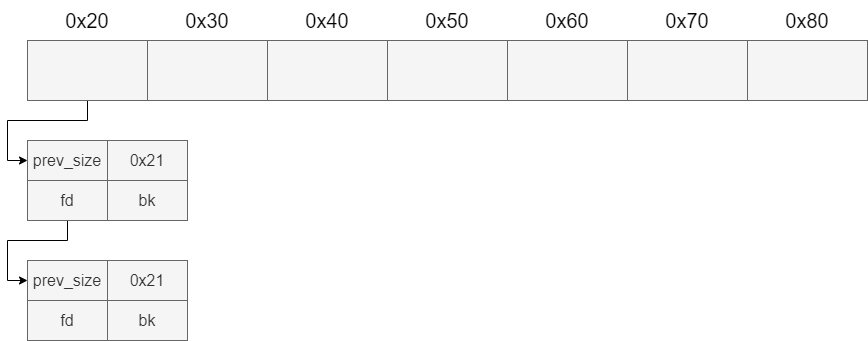
This is CTF_pic/fastbin.png from kokifish/pictures, a draw.io export, as it was before one commit. Source tidied: cells renumbered, new cells last; positions are measured from the earlier drawing's top-left corner, leaving out a move shared by most shapes. Its diagram source:
```xml
<mxGraphModel>
  <root>
    <mxCell id="0" />
    <mxCell id="1" parent="0" />
    <mxCell id="2" style="edgeStyle=orthogonalEdgeStyle;rounded=0;jettySize=auto;html=1;exitX=0.5;exitY=1;exitDx=0;exitDy=0;entryX=0;entryY=0.5;entryDx=0;entryDy=0;fontSize=16;" parent="1" edge="1" source="3" target="5">
      <mxGeometry relative="1" as="geometry" />
    </mxCell>
    <mxCell id="3" style="rounded=0;whiteSpace=wrap;html=1;strokeColor=#666666;fontColor=#333333;fillColor=#f5f5f5;fontSize=16;" parent="1" vertex="1">
      <mxGeometry y="40" width="120" height="60" as="geometry" />
    </mxCell>
    <mxCell id="4" value="&lt;font style=&quot;font-size: 20px&quot;&gt;0x20&lt;/font&gt;" style="text;html=1;strokeColor=none;fillColor=none;align=center;verticalAlign=middle;whiteSpace=wrap;rounded=0;fontSize=16;" parent="1" vertex="1">
      <mxGeometry width="120" height="40" as="geometry" />
    </mxCell>
    <mxCell id="5" value="&lt;font style=&quot;font-size: 16px;&quot;&gt;prev_size&lt;/font&gt;" style="rounded=0;whiteSpace=wrap;html=1;fillColor=#f5f5f5;strokeColor=#666666;fontColor=#333333;fontSize=16;" parent="1" vertex="1">
      <mxGeometry y="140" width="80" height="40" as="geometry" />
    </mxCell>
    <mxCell id="6" value="&lt;font style=&quot;font-size: 16px;&quot;&gt;0x21&lt;/font&gt;" style="rounded=0;whiteSpace=wrap;html=1;fillColor=#f5f5f5;strokeColor=#666666;fontColor=#333333;fontSize=16;" parent="1" vertex="1">
      <mxGeometry x="80" y="140" width="80" height="40" as="geometry" />
    </mxCell>
    <mxCell id="7" style="edgeStyle=orthogonalEdgeStyle;rounded=0;jettySize=auto;html=1;exitX=0.5;exitY=1;exitDx=0;exitDy=0;entryX=0;entryY=0.5;entryDx=0;entryDy=0;fontSize=16;" parent="1" edge="1" source="8" target="10">
      <mxGeometry relative="1" as="geometry" />
    </mxCell>
    <mxCell id="8" value="fd" style="rounded=0;whiteSpace=wrap;html=1;fillColor=#f5f5f5;strokeColor=#666666;fontColor=#333333;fontSize=16;" parent="1" vertex="1">
      <mxGeometry y="180" width="80" height="40" as="geometry" />
    </mxCell>
    <mxCell id="9" value="bk" style="rounded=0;whiteSpace=wrap;html=1;fillColor=#f5f5f5;strokeColor=#666666;fontColor=#333333;fontSize=16;" parent="1" vertex="1">
      <mxGeometry x="80" y="180" width="80" height="40" as="geometry" />
    </mxCell>
    <mxCell id="10" value="&lt;font style=&quot;font-size: 16px;&quot;&gt;prev_size&lt;/font&gt;" style="rounded=0;whiteSpace=wrap;html=1;fillColor=#f5f5f5;strokeColor=#666666;fontColor=#333333;fontSize=16;" parent="1" vertex="1">
      <mxGeometry y="260" width="80" height="40" as="geometry" />
    </mxCell>
    <mxCell id="11" value="&lt;font style=&quot;font-size: 16px;&quot;&gt;0x21&lt;/font&gt;" style="rounded=0;whiteSpace=wrap;html=1;fillColor=#f5f5f5;strokeColor=#666666;fontColor=#333333;fontSize=16;" parent="1" vertex="1">
      <mxGeometry x="80" y="260" width="80" height="40" as="geometry" />
    </mxCell>
    <mxCell id="12" value="fd" style="rounded=0;whiteSpace=wrap;html=1;fillColor=#f5f5f5;strokeColor=#666666;fontColor=#333333;fontSize=16;" parent="1" vertex="1">
      <mxGeometry y="300" width="80" height="40" as="geometry" />
    </mxCell>
    <mxCell id="13" value="bk" style="rounded=0;whiteSpace=wrap;html=1;fillColor=#f5f5f5;strokeColor=#666666;fontColor=#333333;fontSize=16;" parent="1" vertex="1">
      <mxGeometry x="80" y="300" width="80" height="40" as="geometry" />
    </mxCell>
    <mxCell id="14" style="rounded=0;whiteSpace=wrap;html=1;strokeColor=#666666;fontColor=#333333;fillColor=#f5f5f5;fontSize=16;" parent="1" vertex="1">
      <mxGeometry x="120" y="40" width="120" height="60" as="geometry" />
    </mxCell>
    <mxCell id="15" value="&lt;font style=&quot;font-size: 20px&quot;&gt;0x30&lt;/font&gt;" style="text;html=1;strokeColor=none;fillColor=none;align=center;verticalAlign=middle;whiteSpace=wrap;rounded=0;fontSize=16;" parent="1" vertex="1">
      <mxGeometry x="120" width="120" height="40" as="geometry" />
    </mxCell>
    <mxCell id="16" style="rounded=0;whiteSpace=wrap;html=1;strokeColor=#666666;fontColor=#333333;fillColor=#f5f5f5;fontSize=16;" parent="1" vertex="1">
      <mxGeometry x="240" y="40" width="120" height="60" as="geometry" />
    </mxCell>
    <mxCell id="17" value="&lt;font style=&quot;font-size: 20px&quot;&gt;0x40&lt;/font&gt;" style="text;html=1;strokeColor=none;fillColor=none;align=center;verticalAlign=middle;whiteSpace=wrap;rounded=0;fontSize=16;" parent="1" vertex="1">
      <mxGeometry x="240" width="120" height="40" as="geometry" />
    </mxCell>
    <mxCell id="18" style="rounded=0;whiteSpace=wrap;html=1;strokeColor=#666666;fontColor=#333333;fillColor=#f5f5f5;fontSize=16;" parent="1" vertex="1">
      <mxGeometry x="360" y="40" width="120" height="60" as="geometry" />
    </mxCell>
    <mxCell id="19" value="&lt;font style=&quot;font-size: 20px&quot;&gt;0x50&lt;/font&gt;" style="text;html=1;strokeColor=none;fillColor=none;align=center;verticalAlign=middle;whiteSpace=wrap;rounded=0;fontSize=16;" parent="1" vertex="1">
      <mxGeometry x="360" width="120" height="40" as="geometry" />
    </mxCell>
    <mxCell id="20" style="rounded=0;whiteSpace=wrap;html=1;strokeColor=#666666;fontColor=#333333;fillColor=#f5f5f5;fontSize=16;" parent="1" vertex="1">
      <mxGeometry x="480" y="40" width="120" height="60" as="geometry" />
    </mxCell>
    <mxCell id="21" value="&lt;font style=&quot;font-size: 20px&quot;&gt;0x60&lt;/font&gt;" style="text;html=1;strokeColor=none;fillColor=none;align=center;verticalAlign=middle;whiteSpace=wrap;rounded=0;fontSize=16;" parent="1" vertex="1">
      <mxGeometry x="480" width="120" height="40" as="geometry" />
    </mxCell>
    <mxCell id="22" style="rounded=0;whiteSpace=wrap;html=1;strokeColor=#666666;fontColor=#333333;fillColor=#f5f5f5;fontSize=16;" parent="1" vertex="1">
      <mxGeometry x="600" y="40" width="120" height="60" as="geometry" />
    </mxCell>
    <mxCell id="23" value="&lt;font style=&quot;font-size: 20px&quot;&gt;0x70&lt;/font&gt;" style="text;html=1;strokeColor=none;fillColor=none;align=center;verticalAlign=middle;whiteSpace=wrap;rounded=0;fontSize=16;" parent="1" vertex="1">
      <mxGeometry x="600" width="120" height="40" as="geometry" />
    </mxCell>
    <mxCell id="24" style="rounded=0;whiteSpace=wrap;html=1;strokeColor=#666666;fontColor=#333333;fillColor=#f5f5f5;fontSize=16;" parent="1" vertex="1">
      <mxGeometry x="720" y="40" width="120" height="60" as="geometry" />
    </mxCell>
    <mxCell id="25" value="&lt;font style=&quot;font-size: 20px&quot;&gt;0x80&lt;/font&gt;" style="text;html=1;strokeColor=none;fillColor=none;align=center;verticalAlign=middle;whiteSpace=wrap;rounded=0;fontSize=16;" parent="1" vertex="1">
      <mxGeometry x="720" width="120" height="40" as="geometry" />
    </mxCell>
  </root>
</mxGraphModel>
```
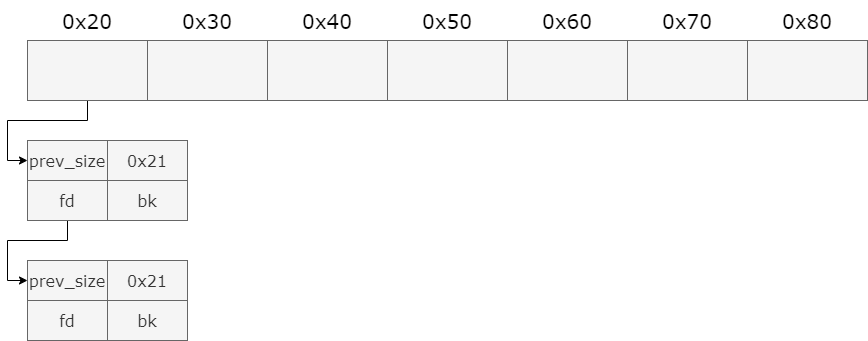
Above is the later version.

What changed in the source:
```diff
@@ -2,76 +2,76 @@
   <root>
     <mxCell id="0" />
     <mxCell id="1" parent="0" />
-    <mxCell id="2" style="edgeStyle=orthogonalEdgeStyle;rounded=0;jettySize=auto;html=1;exitX=0.5;exitY=1;exitDx=0;exitDy=0;entryX=0;entryY=0.5;entryDx=0;entryDy=0;fontSize=16;" parent="1" edge="1" source="3" target="5">
+    <mxCell id="2" style="edgeStyle=orthogonalEdgeStyle;rounded=0;jettySize=auto;html=1;exitX=0.5;exitY=1;exitDx=0;exitDy=0;entryX=0;entryY=0.5;entryDx=0;entryDy=0;fontSize=16;fontFamily=Verdana;fontStyle=0;horizontal=1;" parent="1" edge="1" source="3" target="5">
       <mxGeometry relative="1" as="geometry" />
     </mxCell>
-    <mxCell id="3" style="rounded=0;whiteSpace=wrap;html=1;strokeColor=#666666;fontColor=#333333;fillColor=#f5f5f5;fontSize=16;" parent="1" vertex="1">
+    <mxCell id="3" style="rounded=0;whiteSpace=wrap;html=1;strokeColor=#666666;fontColor=#333333;fillColor=#f5f5f5;fontSize=16;fontFamily=Verdana;fontStyle=0;horizontal=1;" parent="1" vertex="1">
       <mxGeometry y="40" width="120" height="60" as="geometry" />
     </mxCell>
-    <mxCell id="4" value="&lt;font style=&quot;font-size: 20px&quot;&gt;0x20&lt;/font&gt;" style="text;html=1;strokeColor=none;fillColor=none;align=center;verticalAlign=middle;whiteSpace=wrap;rounded=0;fontSize=16;" parent="1" vertex="1">
+    <mxCell id="4" value="&lt;font style=&quot;font-size: 20px&quot;&gt;0x20&lt;/font&gt;" style="text;html=1;strokeColor=none;fillColor=none;align=center;verticalAlign=middle;whiteSpace=wrap;rounded=0;fontSize=16;fontFamily=Verdana;fontStyle=0;horizontal=1;" parent="1" vertex="1">
       <mxGeometry width="120" height="40" as="geometry" />
     </mxCell>
-    <mxCell id="5" value="&lt;font style=&quot;font-size: 16px;&quot;&gt;prev_size&lt;/font&gt;" style="rounded=0;whiteSpace=wrap;html=1;fillColor=#f5f5f5;strokeColor=#666666;fontColor=#333333;fontSize=16;" parent="1" vertex="1">
+    <mxCell id="5" value="&lt;font style=&quot;font-size: 16px;&quot;&gt;prev_size&lt;/font&gt;" style="rounded=0;whiteSpace=wrap;html=1;fillColor=#f5f5f5;strokeColor=#666666;fontColor=#333333;fontSize=16;fontFamily=Verdana;fontStyle=0;horizontal=1;" parent="1" vertex="1">
       <mxGeometry y="140" width="80" height="40" as="geometry" />
     </mxCell>
-    <mxCell id="6" value="&lt;font style=&quot;font-size: 16px;&quot;&gt;0x21&lt;/font&gt;" style="rounded=0;whiteSpace=wrap;html=1;fillColor=#f5f5f5;strokeColor=#666666;fontColor=#333333;fontSize=16;" parent="1" vertex="1">
+    <mxCell id="6" value="&lt;font style=&quot;font-size: 16px;&quot;&gt;0x21&lt;/font&gt;" style="rounded=0;whiteSpace=wrap;html=1;fillColor=#f5f5f5;strokeColor=#666666;fontColor=#333333;fontSize=16;fontFamily=Verdana;fontStyle=0;horizontal=1;" parent="1" vertex="1">
       <mxGeometry x="80" y="140" width="80" height="40" as="geometry" />
     </mxCell>
-    <mxCell id="7" style="edgeStyle=orthogonalEdgeStyle;rounded=0;jettySize=auto;html=1;exitX=0.5;exitY=1;exitDx=0;exitDy=0;entryX=0;entryY=0.5;entryDx=0;entryDy=0;fontSize=16;" parent="1" edge="1" source="8" target="10">
+    <mxCell id="7" style="edgeStyle=orthogonalEdgeStyle;rounded=0;jettySize=auto;html=1;exitX=0.5;exitY=1;exitDx=0;exitDy=0;entryX=0;entryY=0.5;entryDx=0;entryDy=0;fontSize=16;fontFamily=Verdana;fontStyle=0;horizontal=1;" parent="1" edge="1" source="8" target="10">
       <mxGeometry relative="1" as="geometry" />
     </mxCell>
-    <mxCell id="8" value="fd" style="rounded=0;whiteSpace=wrap;html=1;fillColor=#f5f5f5;strokeColor=#666666;fontColor=#333333;fontSize=16;" parent="1" vertex="1">
+    <mxCell id="8" value="fd" style="rounded=0;whiteSpace=wrap;html=1;fillColor=#f5f5f5;strokeColor=#666666;fontColor=#333333;fontSize=16;fontFamily=Verdana;fontStyle=0;horizontal=1;" parent="1" vertex="1">
       <mxGeometry y="180" width="80" height="40" as="geometry" />
     </mxCell>
-    <mxCell id="9" value="bk" style="rounded=0;whiteSpace=wrap;html=1;fillColor=#f5f5f5;strokeColor=#666666;fontColor=#333333;fontSize=16;" parent="1" vertex="1">
+    <mxCell id="9" value="bk" style="rounded=0;whiteSpace=wrap;html=1;fillColor=#f5f5f5;strokeColor=#666666;fontColor=#333333;fontSize=16;fontFamily=Verdana;fontStyle=0;horizontal=1;" parent="1" vertex="1">
       <mxGeometry x="80" y="180" width="80" height="40" as="geometry" />
     </mxCell>
-    <mxCell id="10" value="&lt;font style=&quot;font-size: 16px;&quot;&gt;prev_size&lt;/font&gt;" style="rounded=0;whiteSpace=wrap;html=1;fillColor=#f5f5f5;strokeColor=#666666;fontColor=#333333;fontSize=16;" parent="1" vertex="1">
+    <mxCell id="10" value="&lt;font style=&quot;font-size: 16px;&quot;&gt;prev_size&lt;/font&gt;" style="rounded=0;whiteSpace=wrap;html=1;fillColor=#f5f5f5;strokeColor=#666666;fontColor=#333333;fontSize=16;fontFamily=Verdana;fontStyle=0;horizontal=1;" parent="1" vertex="1">
       <mxGeometry y="260" width="80" height="40" as="geometry" />
     </mxCell>
-    <mxCell id="11" value="&lt;font style=&quot;font-size: 16px;&quot;&gt;0x21&lt;/font&gt;" style="rounded=0;whiteSpace=wrap;html=1;fillColor=#f5f5f5;strokeColor=#666666;fontColor=#333333;fontSize=16;" parent="1" vertex="1">
+    <mxCell id="11" value="&lt;font style=&quot;font-size: 16px;&quot;&gt;0x21&lt;/font&gt;" style="rounded=0;whiteSpace=wrap;html=1;fillColor=#f5f5f5;strokeColor=#666666;fontColor=#333333;fontSize=16;fontFamily=Verdana;fontStyle=0;horizontal=1;" parent="1" vertex="1">
       <mxGeometry x="80" y="260" width="80" height="40" as="geometry" />
     </mxCell>
-    <mxCell id="12" value="fd" style="rounded=0;whiteSpace=wrap;html=1;fillColor=#f5f5f5;strokeColor=#666666;fontColor=#333333;fontSize=16;" parent="1" vertex="1">
+    <mxCell id="12" value="fd" style="rounded=0;whiteSpace=wrap;html=1;fillColor=#f5f5f5;strokeColor=#666666;fontColor=#333333;fontSize=16;fontFamily=Verdana;fontStyle=0;horizontal=1;" parent="1" vertex="1">
       <mxGeometry y="300" width="80" height="40" as="geometry" />
     </mxCell>
-    <mxCell id="13" value="bk" style="rounded=0;whiteSpace=wrap;html=1;fillColor=#f5f5f5;strokeColor=#666666;fontColor=#333333;fontSize=16;" parent="1" vertex="1">
+    <mxCell id="13" value="bk" style="rounded=0;whiteSpace=wrap;html=1;fillColor=#f5f5f5;strokeColor=#666666;fontColor=#333333;fontSize=16;fontFamily=Verdana;fontStyle=0;horizontal=1;" parent="1" vertex="1">
       <mxGeometry x="80" y="300" width="80" height="40" as="geometry" />
     </mxCell>
-    <mxCell id="14" style="rounded=0;whiteSpace=wrap;html=1;strokeColor=#666666;fontColor=#333333;fillColor=#f5f5f5;fontSize=16;" parent="1" vertex="1">
+    <mxCell id="14" style="rounded=0;whiteSpace=wrap;html=1;strokeColor=#666666;fontColor=#333333;fillColor=#f5f5f5;fontSize=16;fontFamily=Verdana;fontStyle=0;horizontal=1;" parent="1" vertex="1">
       <mxGeometry x="120" y="40" width="120" height="60" as="geometry" />
     </mxCell>
-    <mxCell id="15" value="&lt;font style=&quot;font-size: 20px&quot;&gt;0x30&lt;/font&gt;" style="text;html=1;strokeColor=none;fillColor=none;align=center;verticalAlign=middle;whiteSpace=wrap;rounded=0;fontSize=16;" parent="1" vertex="1">
+    <mxCell id="15" value="&lt;font style=&quot;font-size: 20px&quot;&gt;0x30&lt;/font&gt;" style="text;html=1;strokeColor=none;fillColor=none;align=center;verticalAlign=middle;whiteSpace=wrap;rounded=0;fontSize=16;fontFamily=Verdana;fontStyle=0;horizontal=1;" parent="1" vertex="1">
       <mxGeometry x="120" width="120" height="40" as="geometry" />
     </mxCell>
-    <mxCell id="16" style="rounded=0;whiteSpace=wrap;html=1;strokeColor=#666666;fontColor=#333333;fillColor=#f5f5f5;fontSize=16;" parent="1" vertex="1">
+    <mxCell id="16" style="rounded=0;whiteSpace=wrap;html=1;strokeColor=#666666;fontColor=#333333;fillColor=#f5f5f5;fontSize=16;fontFamily=Verdana;fontStyle=0;horizontal=1;" parent="1" vertex="1">
       <mxGeometry x="240" y="40" width="120" height="60" as="geometry" />
     </mxCell>
-    <mxCell id="17" value="&lt;font style=&quot;font-size: 20px&quot;&gt;0x40&lt;/font&gt;" style="text;html=1;strokeColor=none;fillColor=none;align=center;verticalAlign=middle;whiteSpace=wrap;rounded=0;fontSize=16;" parent="1" vertex="1">
+    <mxCell id="17" value="&lt;font style=&quot;font-size: 20px&quot;&gt;0x40&lt;/font&gt;" style="text;html=1;strokeColor=none;fillColor=none;align=center;verticalAlign=middle;whiteSpace=wrap;rounded=0;fontSize=16;fontFamily=Verdana;fontStyle=0;horizontal=1;" parent="1" vertex="1">
       <mxGeometry x="240" width="120" height="40" as="geometry" />
     </mxCell>
-    <mxCell id="18" style="rounded=0;whiteSpace=wrap;html=1;strokeColor=#666666;fontColor=#333333;fillColor=#f5f5f5;fontSize=16;" parent="1" vertex="1">
+    <mxCell id="18" style="rounded=0;whiteSpace=wrap;html=1;strokeColor=#666666;fontColor=#333333;fillColor=#f5f5f5;fontSize=16;fontFamily=Verdana;fontStyle=0;horizontal=1;" parent="1" vertex="1">
       <mxGeometry x="360" y="40" width="120" height="60" as="geometry" />
     </mxCell>
-    <mxCell id="19" value="&lt;font style=&quot;font-size: 20px&quot;&gt;0x50&lt;/font&gt;" style="text;html=1;strokeColor=none;fillColor=none;align=center;verticalAlign=middle;whiteSpace=wrap;rounded=0;fontSize=16;" parent="1" vertex="1">
+    <mxCell id="19" value="&lt;font style=&quot;font-size: 20px&quot;&gt;0x50&lt;/font&gt;" style="text;html=1;strokeColor=none;fillColor=none;align=center;verticalAlign=middle;whiteSpace=wrap;rounded=0;fontSize=16;fontFamily=Verdana;fontStyle=0;horizontal=1;" parent="1" vertex="1">
       <mxGeometry x="360" width="120" height="40" as="geometry" />
     </mxCell>
-    <mxCell id="20" style="rounded=0;whiteSpace=wrap;html=1;strokeColor=#666666;fontColor=#333333;fillColor=#f5f5f5;fontSize=16;" parent="1" vertex="1">
+    <mxCell id="20" style="rounded=0;whiteSpace=wrap;html=1;strokeColor=#666666;fontColor=#333333;fillColor=#f5f5f5;fontSize=16;fontFamily=Verdana;fontStyle=0;horizontal=1;" parent="1" vertex="1">
       <mxGeometry x="480" y="40" width="120" height="60" as="geometry" />
     </mxCell>
-    <mxCell id="21" value="&lt;font style=&quot;font-size: 20px&quot;&gt;0x60&lt;/font&gt;" style="text;html=1;strokeColor=none;fillColor=none;align=center;verticalAlign=middle;whiteSpace=wrap;rounded=0;fontSize=16;" parent="1" vertex="1">
+    <mxCell id="21" value="&lt;font style=&quot;font-size: 20px&quot;&gt;0x60&lt;/font&gt;" style="text;html=1;strokeColor=none;fillColor=none;align=center;verticalAlign=middle;whiteSpace=wrap;rounded=0;fontSize=16;fontFamily=Verdana;fontStyle=0;horizontal=1;" parent="1" vertex="1">
       <mxGeometry x="480" width="120" height="40" as="geometry" />
     </mxCell>
-    <mxCell id="22" style="rounded=0;whiteSpace=wrap;html=1;strokeColor=#666666;fontColor=#333333;fillColor=#f5f5f5;fontSize=16;" parent="1" vertex="1">
+    <mxCell id="22" style="rounded=0;whiteSpace=wrap;html=1;strokeColor=#666666;fontColor=#333333;fillColor=#f5f5f5;fontSize=16;fontFamily=Verdana;fontStyle=0;horizontal=1;" parent="1" vertex="1">
       <mxGeometry x="600" y="40" width="120" height="60" as="geometry" />
     </mxCell>
-    <mxCell id="23" value="&lt;font style=&quot;font-size: 20px&quot;&gt;0x70&lt;/font&gt;" style="text;html=1;strokeColor=none;fillColor=none;align=center;verticalAlign=middle;whiteSpace=wrap;rounded=0;fontSize=16;" parent="1" vertex="1">
+    <mxCell id="23" value="&lt;font style=&quot;font-size: 20px&quot;&gt;0x70&lt;/font&gt;" style="text;html=1;strokeColor=none;fillColor=none;align=center;verticalAlign=middle;whiteSpace=wrap;rounded=0;fontSize=16;fontFamily=Verdana;fontStyle=0;horizontal=1;" parent="1" vertex="1">
       <mxGeometry x="600" width="120" height="40" as="geometry" />
     </mxCell>
-    <mxCell id="24" style="rounded=0;whiteSpace=wrap;html=1;strokeColor=#666666;fontColor=#333333;fillColor=#f5f5f5;fontSize=16;" parent="1" vertex="1">
+    <mxCell id="24" style="rounded=0;whiteSpace=wrap;html=1;strokeColor=#666666;fontColor=#333333;fillColor=#f5f5f5;fontSize=16;fontFamily=Verdana;fontStyle=0;horizontal=1;" parent="1" vertex="1">
       <mxGeometry x="720" y="40" width="120" height="60" as="geometry" />
     </mxCell>
-    <mxCell id="25" value="&lt;font style=&quot;font-size: 20px&quot;&gt;0x80&lt;/font&gt;" style="text;html=1;strokeColor=none;fillColor=none;align=center;verticalAlign=middle;whiteSpace=wrap;rounded=0;fontSize=16;" parent="1" vertex="1">
+    <mxCell id="25" value="&lt;font style=&quot;font-size: 20px&quot;&gt;0x80&lt;/font&gt;" style="text;html=1;strokeColor=none;fillColor=none;align=center;verticalAlign=middle;whiteSpace=wrap;rounded=0;fontSize=16;fontFamily=Verdana;fontStyle=0;horizontal=1;" parent="1" vertex="1">
       <mxGeometry x="720" width="120" height="40" as="geometry" />
     </mxCell>
   </root>
```
